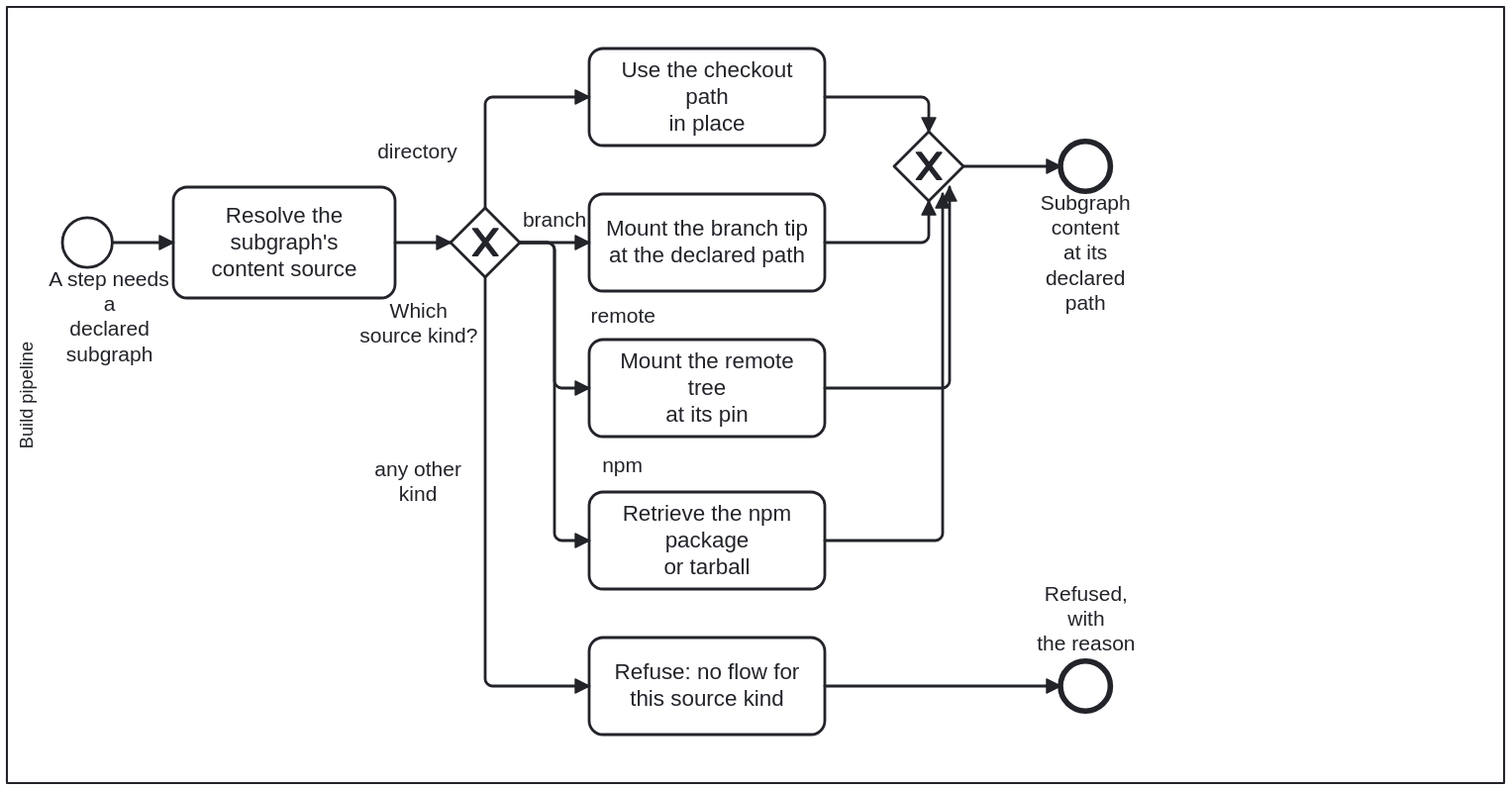
The BPMN diagram docs/assets/img/workflows/mount-subgraph.svg in litlfred/cat-harness, before a commit. Its source is kept beside it as processes/kg/mount-subgraph.bpmn. Ids are renumbered.
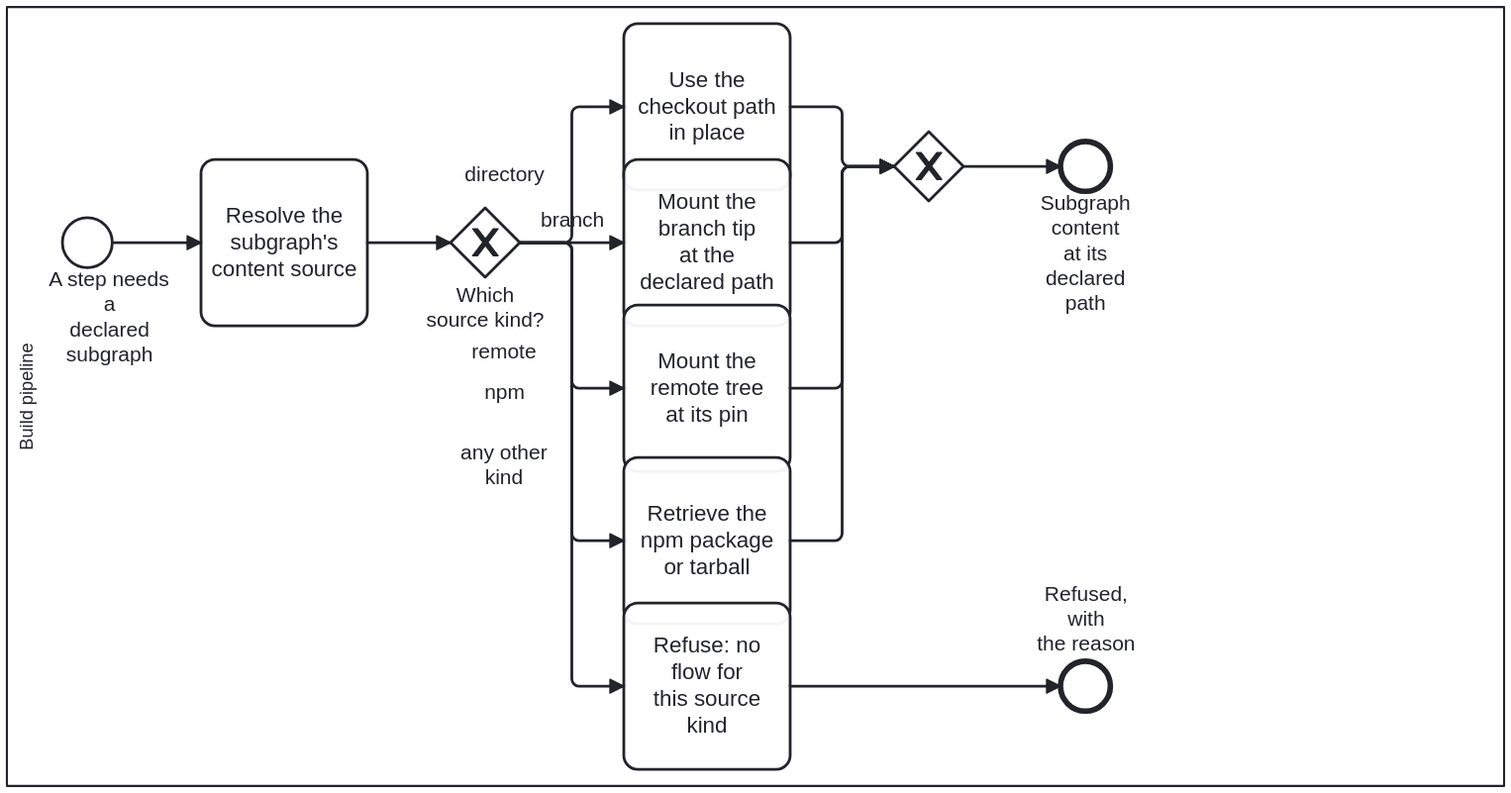
Later version of the same file.

Diff of the diagram source:
```diff
@@ -147,92 +147,114 @@
   <bpmndi:BPMNDiagram id="Diagram_MountSubgraph">
     <bpmndi:BPMNPlane id="Plane_MountSubgraph" bpmnElement="Process_MountSubgraph">
       <bpmndi:BPMNShape id="S_Lane_MountPipeline" bpmnElement="Lane_MountPipeline" isHorizontal="true">
-        <dc:Bounds x="160" y="60" width="1080" height="560"/>
+        <dc:Bounds x="160" y="60" width="1080" height="562" />
       </bpmndi:BPMNShape>
       <bpmndi:BPMNShape id="S_Start_SubgraphWanted" bpmnElement="Start_SubgraphWanted">
-        <dc:Bounds x="200" y="212" width="36" height="36"/>
-        <bpmndi:BPMNLabel><dc:Bounds x="188.59" y="247.5" width="90" height="72" /></bpmndi:BPMNLabel>
-      </bpmndi:BPMNShape>
+        <dc:Bounds x="200" y="212" width="36" height="36" />
+
+      <bpmndi:BPMNLabel><dc:Bounds x="188.59" y="247.5" width="90" height="72" /></bpmndi:BPMNLabel></bpmndi:BPMNShape>
       <bpmndi:BPMNShape id="S_Task_ResolveSource" bpmnElement="Task_ResolveSource">
-        <dc:Bounds x="280" y="190" width="160" height="80"/>
+        <dc:Bounds x="300" y="170" width="120" height="120" />
       </bpmndi:BPMNShape>
       <bpmndi:BPMNShape id="S_GW_SourceKind" bpmnElement="GW_SourceKind" isMarkerVisible="true">
-        <dc:Bounds x="480" y="205" width="50" height="50"/>
-        <bpmndi:BPMNLabel><dc:Bounds x="412.01" y="270.5" width="90" height="35" /></bpmndi:BPMNLabel>
-      </bpmndi:BPMNShape>
+        <dc:Bounds x="480" y="205" width="50" height="50" />
+
+      <bpmndi:BPMNLabel><dc:Bounds x="460" y="259" width="90" height="35" /></bpmndi:BPMNLabel></bpmndi:BPMNShape>
       <bpmndi:BPMNShape id="S_Task_UseCheckoutPath" bpmnElement="Task_UseCheckoutPath">
-        <dc:Bounds x="580" y="90" width="170" height="70"/>
+        <dc:Bounds x="605" y="72" width="120" height="120" />
       </bpmndi:BPMNShape>
       <bpmndi:BPMNShape id="S_Task_MountBranchTip" bpmnElement="Task_MountBranchTip">
-        <dc:Bounds x="580" y="195" width="170" height="70"/>
+        <dc:Bounds x="605" y="170" width="120" height="120" />
       </bpmndi:BPMNShape>
       <bpmndi:BPMNShape id="S_Task_MountRemotePin" bpmnElement="Task_MountRemotePin">
-        <dc:Bounds x="580" y="300" width="170" height="70"/>
+        <dc:Bounds x="605" y="275" width="120" height="120" />
       </bpmndi:BPMNShape>
       <bpmndi:BPMNShape id="S_Task_RetrieveNpmPackage" bpmnElement="Task_RetrieveNpmPackage">
-        <dc:Bounds x="580" y="410" width="170" height="70"/>
+        <dc:Bounds x="605" y="385" width="120" height="120" />
       </bpmndi:BPMNShape>
       <bpmndi:BPMNShape id="S_Task_RefuseUnknownKind" bpmnElement="Task_RefuseUnknownKind">
-        <dc:Bounds x="580" y="515" width="170" height="70"/>
+        <dc:Bounds x="605" y="490" width="120" height="120" />
       </bpmndi:BPMNShape>
       <bpmndi:BPMNShape id="S_GW_Join" bpmnElement="GW_Join" isMarkerVisible="true">
-        <dc:Bounds x="800" y="150" width="50" height="50"/>
+        <dc:Bounds x="800" y="150" width="50" height="50" />
       </bpmndi:BPMNShape>
       <bpmndi:BPMNShape id="S_End_Mounted" bpmnElement="End_Mounted">
-        <dc:Bounds x="920" y="157" width="36" height="36"/>
+        <dc:Bounds x="920" y="157" width="36" height="36" />
       </bpmndi:BPMNShape>
       <bpmndi:BPMNShape id="S_End_Refused" bpmnElement="End_Refused">
-        <dc:Bounds x="920" y="532" width="36" height="36"/>
-        <bpmndi:BPMNLabel><dc:Bounds x="893" y="475" width="90" height="53" /></bpmndi:BPMNLabel>
-      </bpmndi:BPMNShape>
+        <dc:Bounds x="920" y="532" width="36" height="36" />
+
+      <bpmndi:BPMNLabel><dc:Bounds x="893" y="475" width="90" height="53" /></bpmndi:BPMNLabel></bpmndi:BPMNShape>
       <bpmndi:BPMNEdge id="E_F_M1" bpmnElement="F_M1">
-        <di:waypoint x="236" y="230"/><di:waypoint x="280" y="230"/>
+        <di:waypoint x="236" y="230" />
+        <di:waypoint x="300" y="230" />
       </bpmndi:BPMNEdge>
       <bpmndi:BPMNEdge id="E_F_M2" bpmnElement="F_M2">
-        <di:waypoint x="440" y="230"/><di:waypoint x="480" y="230"/>
+        <di:waypoint x="420" y="230" />
+        <di:waypoint x="480" y="230" />
       </bpmndi:BPMNEdge>
       <bpmndi:BPMNEdge id="E_F_M3" bpmnElement="F_M3">
-        <di:waypoint x="505" y="205"/><di:waypoint x="505" y="125"/><di:waypoint x="580" y="125"/>
-        <bpmndi:BPMNLabel><dc:Bounds x="411" y="156" width="90" height="18" /></bpmndi:BPMNLabel>
+        <di:waypoint x="530" y="230" />
+        <di:waypoint x="567.5" y="230" />
+        <di:waypoint x="567.5" y="132" />
+        <di:waypoint x="605" y="132" />
+        <bpmndi:BPMNLabel><dc:Bounds x="473.5" y="172" width="90" height="18" /></bpmndi:BPMNLabel>
       </bpmndi:BPMNEdge>
       <bpmndi:BPMNEdge id="E_F_M4" bpmnElement="F_M4">
-        <di:waypoint x="530" y="230"/><di:waypoint x="580" y="230"/>
+        <di:waypoint x="530" y="230" />
+        <di:waypoint x="605" y="230" />
       </bpmndi:BPMNEdge>
       <bpmndi:BPMNEdge id="E_F_M5" bpmnElement="F_M5">
-        <di:waypoint x="505" y="255"/><di:waypoint x="505" y="550"/><di:waypoint x="580" y="550"/>
-        <bpmndi:BPMNLabel><dc:Bounds x="411" y="385" width="90" height="35" /></bpmndi:BPMNLabel>
+        <di:waypoint x="530" y="230" />
+        <di:waypoint x="567.5" y="230" />
+        <di:waypoint x="567.5" y="550" />
+        <di:waypoint x="605" y="550" />
+        <bpmndi:BPMNLabel><dc:Bounds x="473.5" y="372.5" width="90" height="35" /></bpmndi:BPMNLabel>
       </bpmndi:BPMNEdge>
       <bpmndi:BPMNEdge id="E_F_M6" bpmnElement="F_M6">
-        <di:waypoint x="750" y="125"/><di:waypoint x="825" y="125"/><di:waypoint x="825" y="150"/>
+        <di:waypoint x="725" y="132" />
+        <di:waypoint x="762.5" y="132" />
+        <di:waypoint x="762.5" y="175" />
+        <di:waypoint x="800" y="175" />
       </bpmndi:BPMNEdge>
       <bpmndi:BPMNEdge id="E_F_M7" bpmnElement="F_M7">
-        <di:waypoint x="750" y="230"/><di:waypoint x="825" y="230"/><di:waypoint x="825" y="200"/>
+        <di:waypoint x="725" y="230" />
+        <di:waypoint x="762.5" y="230" />
+        <di:waypoint x="762.5" y="175" />
+        <di:waypoint x="800" y="175" />
       </bpmndi:BPMNEdge>
       <bpmndi:BPMNEdge id="E_F_M8" bpmnElement="F_M8">
         <di:waypoint x="850" y="175"/><di:waypoint x="920" y="175"/>
       </bpmndi:BPMNEdge>
       <bpmndi:BPMNEdge id="E_F_M9" bpmnElement="F_M9">
-        <di:waypoint x="750" y="550"/><di:waypoint x="920" y="550"/>
+        <di:waypoint x="725" y="550" />
+        <di:waypoint x="920" y="550" />
       </bpmndi:BPMNEdge>
       <bpmndi:BPMNEdge id="E_F_M10" bpmnElement="F_M10">
         <di:waypoint x="530" y="230" />
-        <di:waypoint x="555" y="230" />
-        <di:waypoint x="555" y="335" />
-        <di:waypoint x="580" y="335" />
-        <bpmndi:BPMNLabel><dc:Bounds x="559" y="274" width="90" height="17" /></bpmndi:BPMNLabel>
+        <di:waypoint x="567.5" y="230" />
+        <di:waypoint x="567.5" y="335" />
+        <di:waypoint x="605" y="335" />
+        <bpmndi:BPMNLabel><dc:Bounds x="473.5" y="300.25" width="90" height="17" /></bpmndi:BPMNLabel>
       </bpmndi:BPMNEdge>
       <bpmndi:BPMNEdge id="E_F_M11" bpmnElement="F_M11">
-        <di:waypoint x="750" y="335"/><di:waypoint x="840" y="335"/><di:waypoint x="840" y="190"/>
+        <di:waypoint x="725" y="335" />
+        <di:waypoint x="762.5" y="335" />
+        <di:waypoint x="762.5" y="175" />
+        <di:waypoint x="800" y="175" />
       </bpmndi:BPMNEdge>
       <bpmndi:BPMNEdge id="E_F_M12" bpmnElement="F_M12">
         <di:waypoint x="530" y="230" />
-        <di:waypoint x="555" y="230" />
-        <di:waypoint x="555" y="445" />
-        <di:waypoint x="580" y="445" />
-        <bpmndi:BPMNLabel><dc:Bounds x="559" y="382.25" width="90" height="18" /></bpmndi:BPMNLabel>
+        <di:waypoint x="567.5" y="230" />
+        <di:waypoint x="567.5" y="445" />
+        <di:waypoint x="605" y="445" />
+        <bpmndi:BPMNLabel><dc:Bounds x="473.5" y="328.5" width="90" height="18" /></bpmndi:BPMNLabel>
       </bpmndi:BPMNEdge>
       <bpmndi:BPMNEdge id="E_F_M13" bpmnElement="F_M13">
-        <di:waypoint x="750" y="445"/><di:waypoint x="835" y="445"/><di:waypoint x="835" y="195"/>
+        <di:waypoint x="725" y="445" />
+        <di:waypoint x="762.5" y="445" />
+        <di:waypoint x="762.5" y="175" />
+        <di:waypoint x="800" y="175" />
       </bpmndi:BPMNEdge>
     </bpmndi:BPMNPlane>
   </bpmndi:BPMNDiagram>
```
